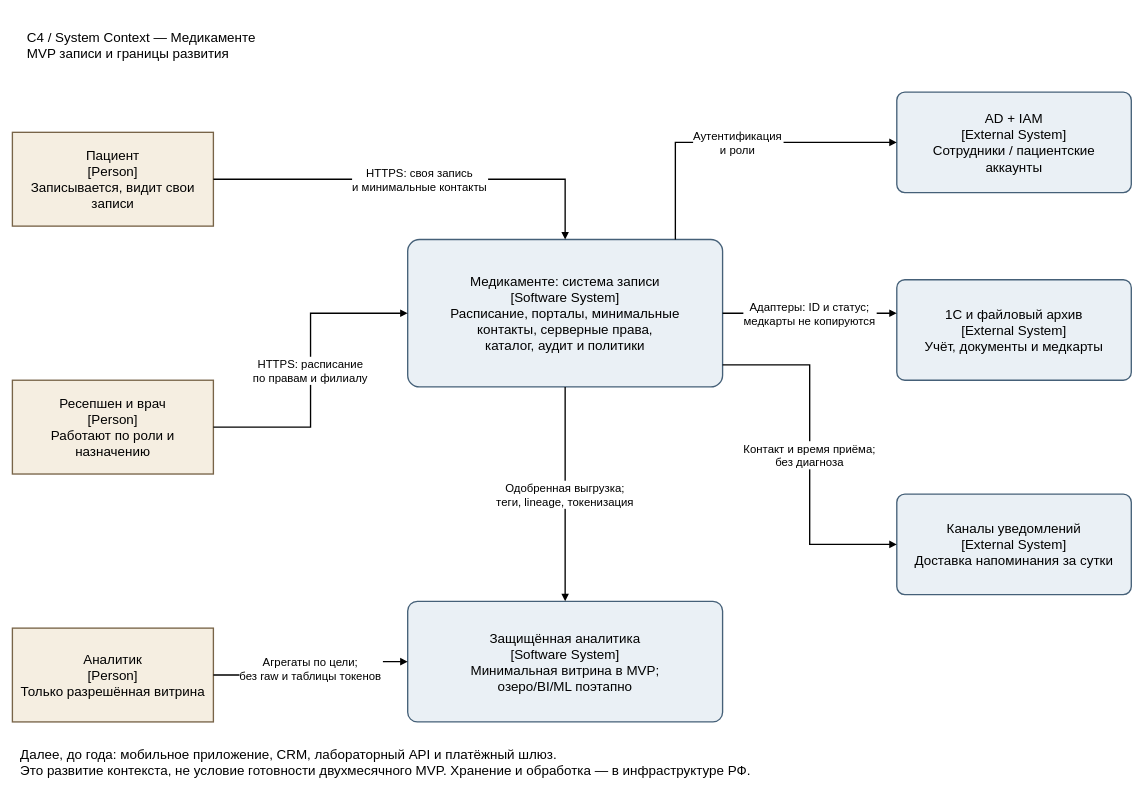
Before: page "C4 — контекст MVP" (1 of 2) of Task2/Контекст C4.drawio in Daresana/architecture-medikamente, a draw.io diagram. Source tidied: cells renumbered, new cells numbered last; positions are measured from the earlier drawing's top-left corner, leaving out a move shared by most shapes. Both pictures are drawn from the tidied source at 67%, with x=0, y=0 at pixel (12, 11).
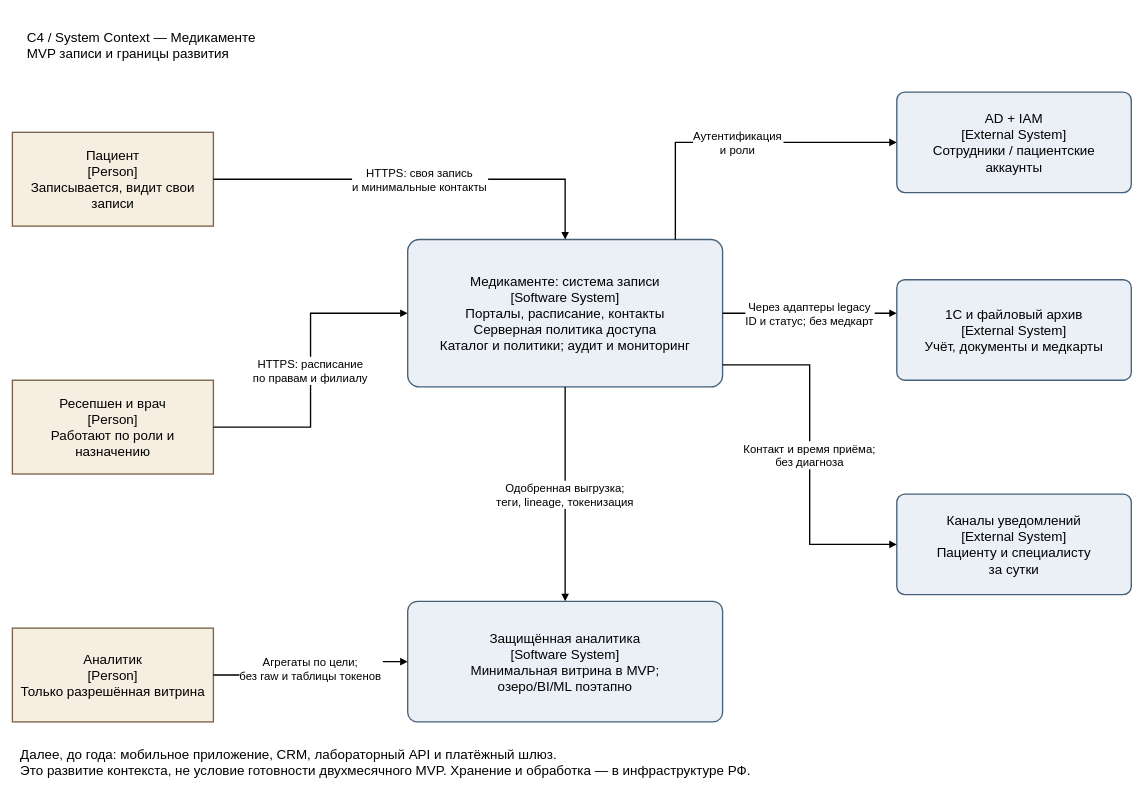
After the change.

Unchanged cells that the change refers to:
```xml
<mxCell id="7" value="1С и файловый архив&#10;[External System]&#10;Учёт, документы и медкарты" style="whiteSpace=wrap;html=0;fontSize=20;fontFamily=Arial;align=center;verticalAlign=middle;spacing=12;strokeWidth=2;rounded=1;arcSize=8;fillColor=#eaf0f5;strokeColor=#456078;" parent="1" vertex="1">
  <mxGeometry x="1320" y="400" width="350" height="150" as="geometry" />
</mxCell>
```

The edit, as a diff of the source:
```diff
@@
-    <mxCell id="5" value="Медикаменте: система записи&#10;[Software System]&#10;Расписание, порталы, минимальные&#10;контакты, серверные права,&#10;каталог, аудит и политики" style="whiteSpace=wrap;html=0;fontSize=20;fontFamily=Arial;align=center;verticalAlign=middle;spacing=12;strokeWidth=2;rounded=1;arcSize=8;fillColor=#eaf0f5;strokeColor=#456078;" parent="1" vertex="1">
+    <mxCell id="5" value="Медикаменте: система записи&#10;[Software System]&#10;Порталы, расписание, контакты&#10;Серверная политика доступа&#10;Каталог и политики; аудит и мониторинг" style="whiteSpace=wrap;html=0;fontSize=20;fontFamily=Arial;align=center;verticalAlign=middle;spacing=12;strokeWidth=2;rounded=1;arcSize=8;fillColor=#eaf0f5;strokeColor=#456078;" parent="1" vertex="1">
       <mxGeometry x="590" y="340" width="470" height="220" as="geometry" />
     </mxCell>
@@
-    <mxCell id="8" value="Каналы уведомлений&#10;[External System]&#10;Доставка напоминания за сутки" style="whiteSpace=wrap;html=0;fontSize=20;fontFamily=Arial;align=center;verticalAlign=middle;spacing=12;strokeWidth=2;rounded=1;arcSize=8;fillColor=#eaf0f5;strokeColor=#456078;" parent="1" vertex="1">
+    <mxCell id="8" value="Каналы уведомлений&#10;[External System]&#10;Пациенту и специалисту&#10;за сутки" style="whiteSpace=wrap;html=0;fontSize=20;fontFamily=Arial;align=center;verticalAlign=middle;spacing=12;strokeWidth=2;rounded=1;arcSize=8;fillColor=#eaf0f5;strokeColor=#456078;" parent="1" vertex="1">
       <mxGeometry x="1320" y="720" width="350" height="150" as="geometry" />
     </mxCell>
@@
-    <mxCell id="15" value="Адаптеры: ID и статус;&#10;медкарты не копируются" style="edgeStyle=orthogonalEdgeStyle;rounded=0;html=0;endArrow=block;endFill=1;strokeWidth=2;fontSize=17;labelBackgroundColor=#ffffff;spacing=5;exitX=1;exitY=0.5;entryX=0;entryY=0.3333333333333333;exitPerimeter=0;entryPerimeter=0;" parent="1" edge="1" source="5" target="7">
+    <mxCell id="15" value="Через адаптеры legacy&#10;ID и статус; без медкарт" style="edgeStyle=orthogonalEdgeStyle;rounded=0;html=0;endArrow=block;endFill=1;strokeWidth=2;fontSize=17;labelBackgroundColor=#ffffff;spacing=5;exitX=1;exitY=0.5;entryX=0;entryY=0.3333333333333333;exitPerimeter=0;entryPerimeter=0;" parent="1" edge="1" source="5" target="7">
       <mxGeometry relative="1" as="geometry" />
     </mxCell>
```
